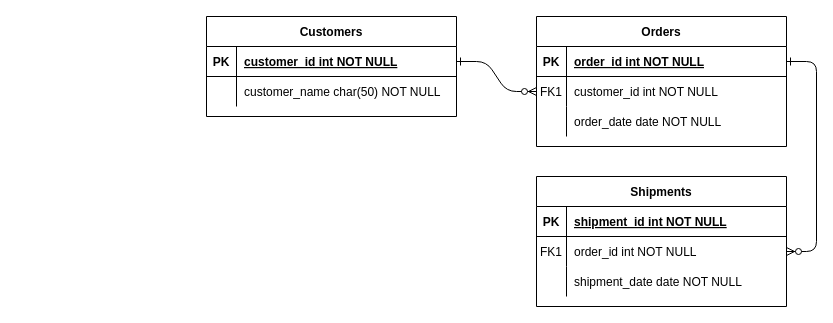
Earlier version of the draw.io diagram Untitled Diagram.drawio (sudikshyapant/fastapi-auth0-project). Source tidied: cells renumbered, new cells numbered last; positions are measured from the earlier drawing's top-left corner, leaving out a move shared by most shapes. Both pictures are drawn from the tidied source at 100%, with x=0, y=0 at pixel (206, 16).
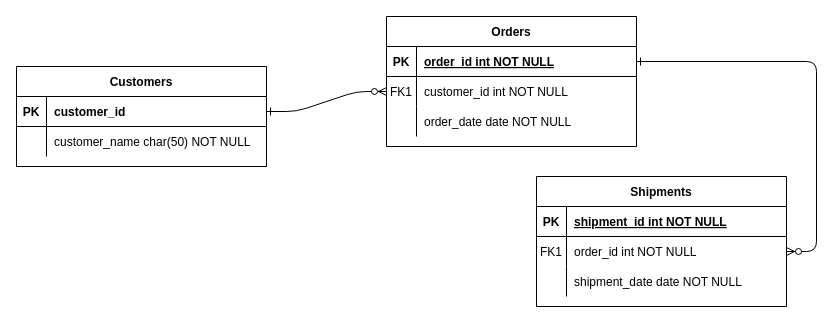
The same page after the edit.

Unchanged cells that the change refers to:
```xml
<mxCell id="25" style="shape=partialRectangle;fillColor=none;points=[[0,0.5],[1,0.5]];portConstraint=eastwest;top=0;left=0;right=0;bottom=1;" parent="24" vertex="1">
  <mxGeometry y="30" width="250" height="30" as="geometry" />
</mxCell>
<mxCell id="28" style="shape=partialRectangle;fillColor=none;top=0;left=0;right=0;bottom=0;" parent="24" vertex="1">
  <mxGeometry y="60" width="250" height="30" as="geometry" />
</mxCell>
```

Change to the diagram source:
```diff
@@
     <mxCell id="4" value="Orders" style="shape=table;startSize=30;childLayout=tableLayout;rowLines=0;fontStyle=1;align=center;" parent="1" vertex="1">
-      <mxGeometry x="330" width="250" height="130" as="geometry" />
+      <mxGeometry x="180" width="250" height="130" as="geometry" />
     </mxCell>
@@
     <mxCell id="24" value="Customers" style="shape=table;startSize=30;childLayout=tableLayout;rowLines=0;fontStyle=1;align=center;" parent="1" vertex="1">
-      <mxGeometry width="250" height="100" as="geometry" />
+      <mxGeometry x="-190" y="50" width="250" height="100" as="geometry" />
     </mxCell>
@@
-    <mxCell id="27" value="customer_id int NOT NULL " style="shape=partialRectangle;overflow=hidden;fillColor=none;top=0;left=0;bottom=0;right=0;align=left;spacingLeft=6;fontStyle=5;" parent="25" vertex="1">
+    <mxCell id="27" value="customer_id" style="shape=partialRectangle;overflow=hidden;fillColor=none;top=0;left=0;bottom=0;right=0;align=left;spacingLeft=6;fontStyle=1;" parent="25" vertex="1">
       <mxGeometry x="30" width="220" height="30" as="geometry" />
     </mxCell>
@@
-    <mxCell id="30" value="customer_name char(50) NOT NULL" style="shape=partialRectangle;overflow=hidden;fillColor=none;top=0;left=0;bottom=0;right=0;align=left;spacingLeft=6;" parent="28" vertex="1">
+    <mxCell id="30" value="customer_name char(50) NOT NULL" style="shape=partialRectangle;overflow=hidden;fillColor=none;top=0;left=0;bottom=0;right=0;align=left;spacingLeft=6;perimeterSpacing=2;" parent="28" vertex="1">
       <mxGeometry x="30" width="220" height="30" as="geometry" />
     </mxCell>
```
